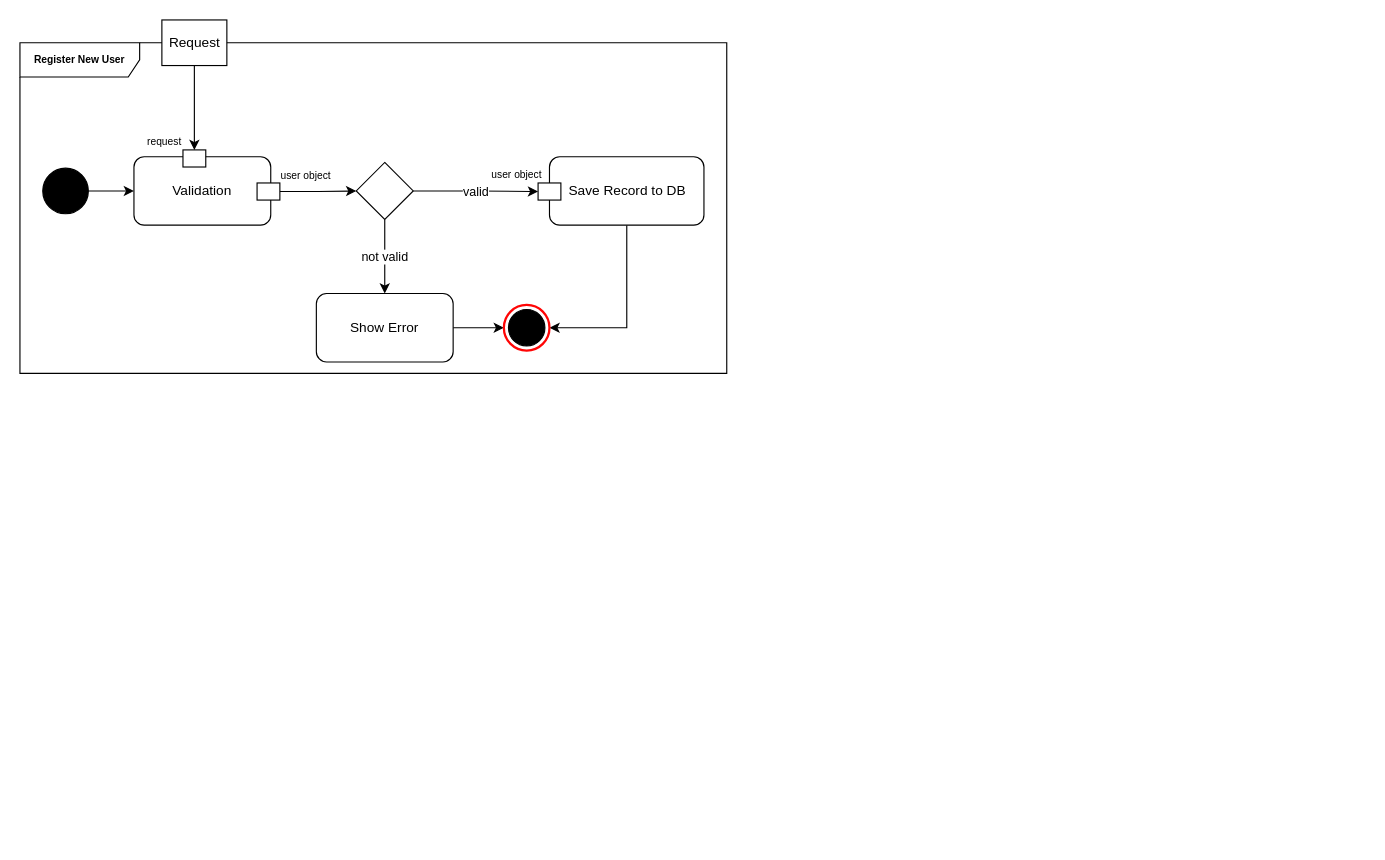
Earlier version of the draw.io diagram page "register_act" (3 of 5) of requirements/diagrams/digrams.drawio (khaledfathi/laravel_task). Source tidied: cells renumbered, new cells numbered last; positions are measured from the earlier drawing's top-left corner, leaving out a move shared by most shapes. Both pictures are drawn from the tidied source at 114%, with x=0, y=0 at pixel (19, 19).
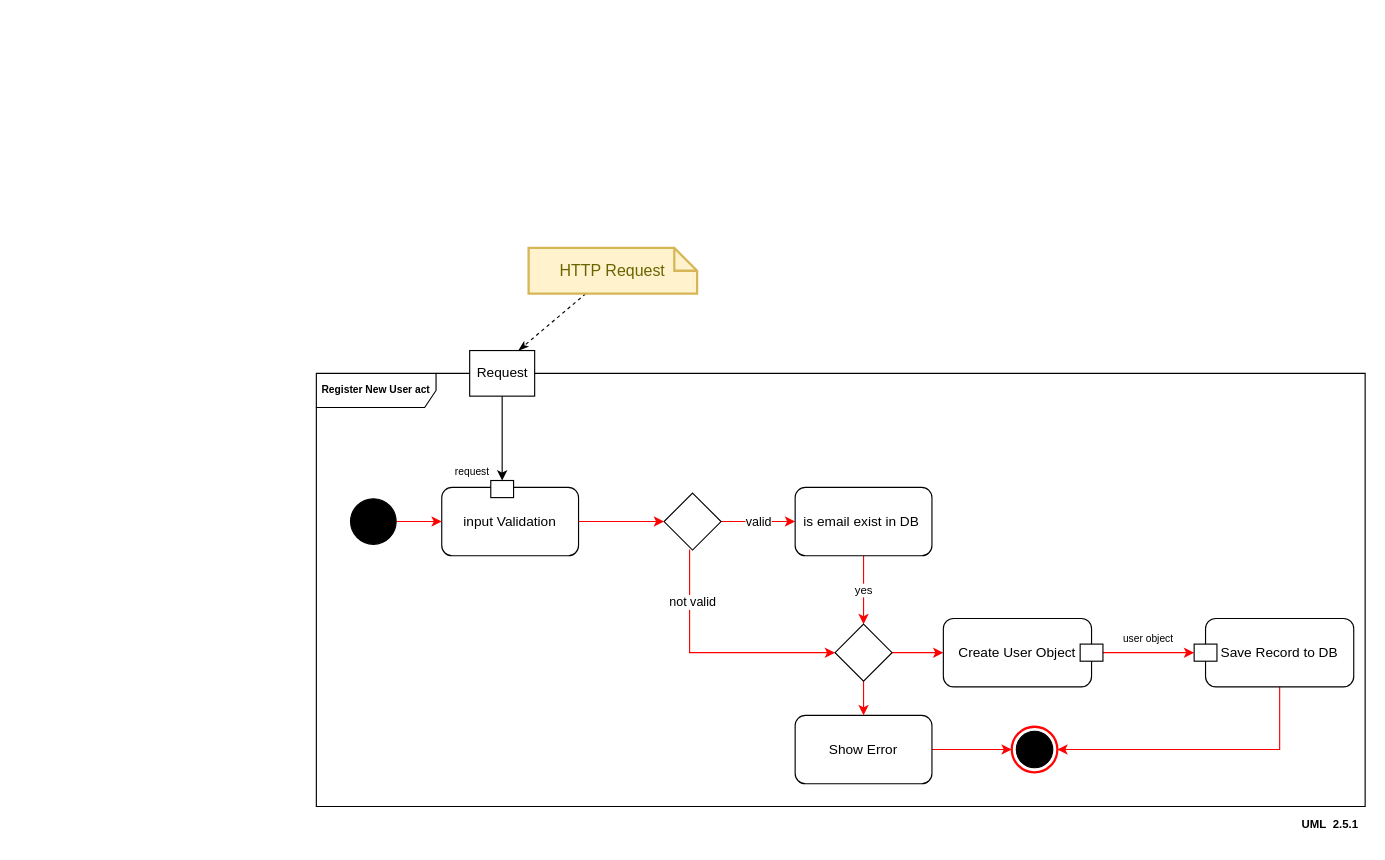
The same diagram, later.

What changed in the source:
```diff
@@
-    <mxCell id="2" value="Register New User" style="shape=umlFrame;whiteSpace=wrap;html=1;fontSize=9;width=105;height=30;fontStyle=1;" parent="1" vertex="1">
-      <mxGeometry y="20" width="620" height="290" as="geometry" />
+    <mxCell id="2" value="Register New User act" style="shape=umlFrame;whiteSpace=wrap;html=1;fontSize=9;width=105;height=30;fontStyle=1;" parent="1" vertex="1">
+      <mxGeometry x="260" y="310" width="920" height="380" as="geometry" />
     </mxCell>
-    <mxCell id="3" value="Validation" style="rounded=1;whiteSpace=wrap;html=1;" parent="1" vertex="1">
-      <mxGeometry x="100" y="120" width="120" height="60" as="geometry" />
-    </mxCell>
-    <mxCell id="4" style="edgeStyle=orthogonalEdgeStyle;rounded=0;jettySize=auto;html=1;" parent="1" edge="1" source="5" target="3">
-      <mxGeometry relative="1" as="geometry" />
-    </mxCell>
-    <mxCell id="5" style="ellipse;whiteSpace=wrap;html=1;fillColor=#000000;" parent="1" vertex="1">
-      <mxGeometry x="20" y="130" width="40" height="40" as="geometry" />
-    </mxCell>
-    <mxCell id="6" style="edgeStyle=orthogonalEdgeStyle;rounded=0;jettySize=auto;html=1;startArrow=none;startFill=0;endArrow=classic;endFill=1;entryX=1;entryY=0.5;entryDx=0;entryDy=0;" parent="1" edge="1" source="7" target="24">
-      <mxGeometry relative="1" as="geometry" />
-    </mxCell>
-    <mxCell id="7" value="Save Record to DB" style="rounded=1;whiteSpace=wrap;html=1;" parent="1" vertex="1">
-      <mxGeometry x="464.5" y="120" width="135.5" height="60" as="geometry" />
-    </mxCell>
+    <mxCell id="25" value="input Validation" style="rounded=1;whiteSpace=wrap;html=1;" parent="1" vertex="1">
+      <mxGeometry x="370" y="410" width="120" height="60" as="geometry" />
+    </mxCell>
+    <mxCell id="26" style="edgeStyle=orthogonalEdgeStyle;rounded=0;jettySize=auto;html=1;strokeColor=#FF0000;" parent="1" edge="1" source="27" target="25">
+      <mxGeometry relative="1" as="geometry" />
+    </mxCell>
+    <mxCell id="27" style="ellipse;whiteSpace=wrap;html=1;fillColor=#000000;" parent="1" vertex="1">
+      <mxGeometry x="290" y="420" width="40" height="40" as="geometry" />
+    </mxCell>
-    <mxCell id="8" value="valid" style="edgeStyle=orthogonalEdgeStyle;rounded=0;jettySize=auto;html=1;entryX=0;entryY=0.5;entryDx=0;entryDy=0;" parent="1" edge="1" source="10" target="20">
+    <mxCell id="8" value="valid" style="edgeStyle=orthogonalEdgeStyle;rounded=0;jettySize=auto;html=1;strokeColor=#FF0000;" parent="1" edge="1" source="28" target="34">
       <mxGeometry relative="1" as="geometry" />
     </mxCell>
-    <mxCell id="9" value="not valid" style="edgeStyle=orthogonalEdgeStyle;rounded=0;jettySize=auto;html=1;startArrow=none;startFill=0;endArrow=classic;endFill=1;" parent="1" edge="1" source="10" target="15">
-      <mxGeometry relative="1" as="geometry" />
+    <mxCell id="9" value="not valid" style="edgeStyle=orthogonalEdgeStyle;rounded=0;jettySize=auto;html=1;startArrow=none;startFill=0;endArrow=classic;endFill=1;entryX=0;entryY=0.5;entryDx=0;entryDy=0;exitX=0.448;exitY=0.992;exitDx=0;exitDy=0;exitPerimeter=0;strokeColor=#FF0000;" parent="1" edge="1" source="28" target="37">
+      <mxGeometry x="-0.58" y="3" relative="1" as="geometry" />
     </mxCell>
-    <mxCell id="10" style="rhombus;whiteSpace=wrap;html=1;strokeColor=#000000;strokeWidth=1;fillColor=none;" parent="1" vertex="1">
-      <mxGeometry x="295" y="125" width="50" height="50" as="geometry" />
-    </mxCell>
-    <mxCell id="11" style="rounded=0;whiteSpace=wrap;html=1;" parent="1" vertex="1">
-      <mxGeometry x="143" y="114" width="20" height="15" as="geometry" />
-    </mxCell>
-    <mxCell id="12" style="edgeStyle=orthogonalEdgeStyle;rounded=0;jettySize=auto;html=1;startArrow=none;startFill=0;endArrow=classic;endFill=1;" parent="1" edge="1" source="13" target="11">
-      <mxGeometry relative="1" as="geometry" />
-    </mxCell>
+    <mxCell id="28" style="rhombus;whiteSpace=wrap;html=1;strokeColor=#000000;strokeWidth=1;fillColor=none;" parent="1" vertex="1">
+      <mxGeometry x="565" y="415" width="50" height="50" as="geometry" />
+    </mxCell>
+    <mxCell id="29" style="rounded=0;whiteSpace=wrap;html=1;" parent="1" vertex="1">
+      <mxGeometry x="413" y="404" width="20" height="15" as="geometry" />
+    </mxCell>
+    <mxCell id="30" style="edgeStyle=orthogonalEdgeStyle;rounded=0;jettySize=auto;html=1;startArrow=none;startFill=0;endArrow=classic;endFill=1;" parent="1" edge="1" source="13" target="29">
+      <mxGeometry relative="1" as="geometry" />
+    </mxCell>
     <mxCell id="13" value="Request" style="rounded=0;whiteSpace=wrap;html=1;" parent="1" vertex="1">
-      <mxGeometry x="124.5" width="57" height="40" as="geometry" />
+      <mxGeometry x="394.5" y="290" width="57" height="40" as="geometry" />
     </mxCell>
-    <mxCell id="14" style="edgeStyle=orthogonalEdgeStyle;rounded=0;jettySize=auto;html=1;startArrow=none;startFill=0;endArrow=classic;endFill=1;" parent="1" edge="1" source="15" target="24">
+    <mxCell id="14" style="edgeStyle=orthogonalEdgeStyle;rounded=0;jettySize=auto;html=1;startArrow=none;startFill=0;endArrow=classic;endFill=1;strokeColor=#FF0000;" parent="1" edge="1" source="15" target="24">
       <mxGeometry relative="1" as="geometry" />
     </mxCell>
     <mxCell id="15" value="Show Error" style="rounded=1;whiteSpace=wrap;html=1;" parent="1" vertex="1">
-      <mxGeometry x="260" y="240" width="120" height="60" as="geometry" />
+      <mxGeometry x="680" y="610" width="120" height="60" as="geometry" />
     </mxCell>
-    <mxCell id="16" style="edgeStyle=orthogonalEdgeStyle;rounded=0;jettySize=auto;html=1;fontSize=9;startArrow=none;startFill=0;endArrow=classic;endFill=1;" parent="1" edge="1" source="17" target="10">
-      <mxGeometry relative="1" as="geometry" />
-    </mxCell>
-    <mxCell id="17" style="rounded=0;whiteSpace=wrap;html=1;" parent="1" vertex="1">
-      <mxGeometry x="208" y="143" width="20" height="15" as="geometry" />
-    </mxCell>
+    <mxCell id="31" style="edgeStyle=orthogonalEdgeStyle;rounded=0;jettySize=auto;html=1;fontSize=9;startArrow=none;startFill=0;endArrow=classic;endFill=1;exitX=1;exitY=0.5;exitDx=0;exitDy=0;strokeColor=#FF0000;" parent="1" edge="1" source="25" target="28">
+      <mxGeometry relative="1" as="geometry" />
+    </mxCell>
     <mxCell id="18" value="request" style="text;html=1;strokeColor=none;fillColor=none;align=center;verticalAlign=middle;whiteSpace=wrap;rounded=0;fontSize=9;" parent="1" vertex="1">
-      <mxGeometry x="97" y="102" width="60" height="10" as="geometry" />
+      <mxGeometry x="367" y="392" width="60" height="10" as="geometry" />
     </mxCell>
-    <mxCell id="19" value="user object" style="text;html=1;strokeColor=none;fillColor=none;align=center;verticalAlign=middle;whiteSpace=wrap;rounded=0;fontSize=9;" parent="1" vertex="1">
-      <mxGeometry x="221" y="132" width="60" height="10" as="geometry" />
-    </mxCell>
-    <mxCell id="20" style="rounded=0;whiteSpace=wrap;html=1;" parent="1" vertex="1">
-      <mxGeometry x="454.5" y="143" width="20" height="15" as="geometry" />
-    </mxCell>
-    <mxCell id="21" value="user object" style="text;html=1;strokeColor=none;fillColor=none;align=center;verticalAlign=middle;whiteSpace=wrap;rounded=0;fontSize=9;" parent="1" vertex="1">
-      <mxGeometry x="405.5" y="131" width="60" height="10" as="geometry" />
-    </mxCell>
-    <mxCell id="22" style="group;" parent="1" vertex="1">
-      <mxGeometry x="424.5" y="250" width="40" height="40" as="geometry" />
-    </mxCell>
+    <mxCell id="32" style="group;" parent="1" vertex="1">
+      <mxGeometry x="870" y="620" width="40" height="40" as="geometry" />
+    </mxCell>
-    <mxCell id="23" style="ellipse;whiteSpace=wrap;html=1;fillColor=#000000;" parent="22" vertex="1">
+    <mxCell id="23" style="ellipse;whiteSpace=wrap;html=1;fillColor=#000000;" parent="32" vertex="1">
       <mxGeometry x="4" y="4" width="32" height="32" as="geometry" />
     </mxCell>
-    <mxCell id="24" style="ellipse;whiteSpace=wrap;html=1;fillColor=none;strokeColor=#FF0505;strokeWidth=2;" parent="22" vertex="1">
+    <mxCell id="24" style="ellipse;whiteSpace=wrap;html=1;fillColor=none;strokeColor=#FF0505;strokeWidth=2;" parent="32" vertex="1">
       <mxGeometry width="40" height="40" as="geometry" />
     </mxCell>
+    <mxCell id="33" value="yes" style="edgeStyle=none;rounded=0;jettySize=auto;html=1;entryX=0.5;entryY=0;entryDx=0;entryDy=0;fontSize=10;endArrow=classic;endFill=1;strokeColor=#FF0000;" parent="1" edge="1" source="34" target="37">
+      <mxGeometry relative="1" as="geometry" />
+    </mxCell>
+    <mxCell id="34" value="is email exist in DB&amp;nbsp;" style="rounded=1;whiteSpace=wrap;html=1;" parent="1" vertex="1">
+      <mxGeometry x="680" y="410" width="120" height="60" as="geometry" />
+    </mxCell>
+    <mxCell id="35" style="edgeStyle=none;rounded=0;jettySize=auto;html=1;entryX=0.5;entryY=0;entryDx=0;entryDy=0;fontSize=10;endArrow=classic;endFill=1;strokeColor=#FF0000;" parent="1" edge="1" source="37" target="15">
+      <mxGeometry relative="1" as="geometry" />
+    </mxCell>
+    <mxCell id="36" style="edgeStyle=none;rounded=0;jettySize=auto;html=1;entryX=0;entryY=0.5;entryDx=0;entryDy=0;fontSize=10;endArrow=classic;endFill=1;strokeColor=#FF0000;" parent="1" edge="1" source="37" target="38">
+      <mxGeometry relative="1" as="geometry" />
+    </mxCell>
+    <mxCell id="37" style="rhombus;whiteSpace=wrap;html=1;strokeColor=#000000;strokeWidth=1;fillColor=none;" parent="1" vertex="1">
+      <mxGeometry x="715" y="530" width="50" height="50" as="geometry" />
+    </mxCell>
+    <mxCell id="38" value="Create User Object" style="rounded=1;whiteSpace=wrap;html=1;" parent="1" vertex="1">
+      <mxGeometry x="810" y="525" width="130" height="60" as="geometry" />
+    </mxCell>
+    <mxCell id="39" style="edgeStyle=none;rounded=0;jettySize=auto;html=1;entryX=0;entryY=0.5;entryDx=0;entryDy=0;fontSize=10;endArrow=classic;endFill=1;strokeColor=#FF0000;" parent="1" edge="1" source="40" target="42">
+      <mxGeometry relative="1" as="geometry" />
+    </mxCell>
+    <mxCell id="40" style="rounded=0;whiteSpace=wrap;html=1;" parent="1" vertex="1">
+      <mxGeometry x="930" y="547.5" width="20" height="15" as="geometry" />
+    </mxCell>
+    <mxCell id="41" value="user object" style="text;html=1;strokeColor=none;fillColor=none;align=center;verticalAlign=middle;whiteSpace=wrap;rounded=0;fontSize=9;" parent="1" vertex="1">
+      <mxGeometry x="960" y="537.5" width="60" height="10" as="geometry" />
+    </mxCell>
+    <mxCell id="6" style="edgeStyle=orthogonalEdgeStyle;rounded=0;jettySize=auto;html=1;entryX=1;entryY=0.5;entryDx=0;entryDy=0;fontSize=10;endArrow=classic;endFill=1;exitX=0.5;exitY=1;exitDx=0;exitDy=0;strokeColor=#FF0000;" parent="1" edge="1" source="7" target="24">
+      <mxGeometry relative="1" as="geometry" />
+    </mxCell>
+    <mxCell id="7" value="Save Record to DB" style="rounded=1;whiteSpace=wrap;html=1;" parent="1" vertex="1">
+      <mxGeometry x="1040" y="525" width="130" height="60" as="geometry" />
+    </mxCell>
+    <mxCell id="42" style="rounded=0;whiteSpace=wrap;html=1;" parent="1" vertex="1">
+      <mxGeometry x="1030" y="547.5" width="20" height="15" as="geometry" />
+    </mxCell>
+    <mxCell id="43" value="UML&amp;nbsp; 2.5.1" style="text;html=1;strokeColor=none;fillColor=none;align=center;verticalAlign=middle;whiteSpace=wrap;rounded=0;fontSize=10;fontStyle=1;" parent="1" vertex="1">
+      <mxGeometry x="1119" y="690" width="61" height="30" as="geometry" />
+    </mxCell>
+    <mxCell id="44" style="edgeStyle=none;rounded=0;jettySize=auto;html=1;fontSize=10;endArrow=classicThin;endFill=1;dashed=1;entryX=0.75;entryY=0;entryDx=0;entryDy=0;" parent="1" edge="1" source="45" target="13">
+      <mxGeometry relative="1" as="geometry" />
+    </mxCell>
+    <mxCell id="45" value="HTTP Request" style="shape=note;strokeWidth=2;fontSize=14;size=20;whiteSpace=wrap;html=1;fillColor=#fff2cc;strokeColor=#d6b656;fontColor=#666600;" parent="1" vertex="1">
+      <mxGeometry x="446.2" y="200" width="147.8" height="40" as="geometry" />
+    </mxCell>
```
